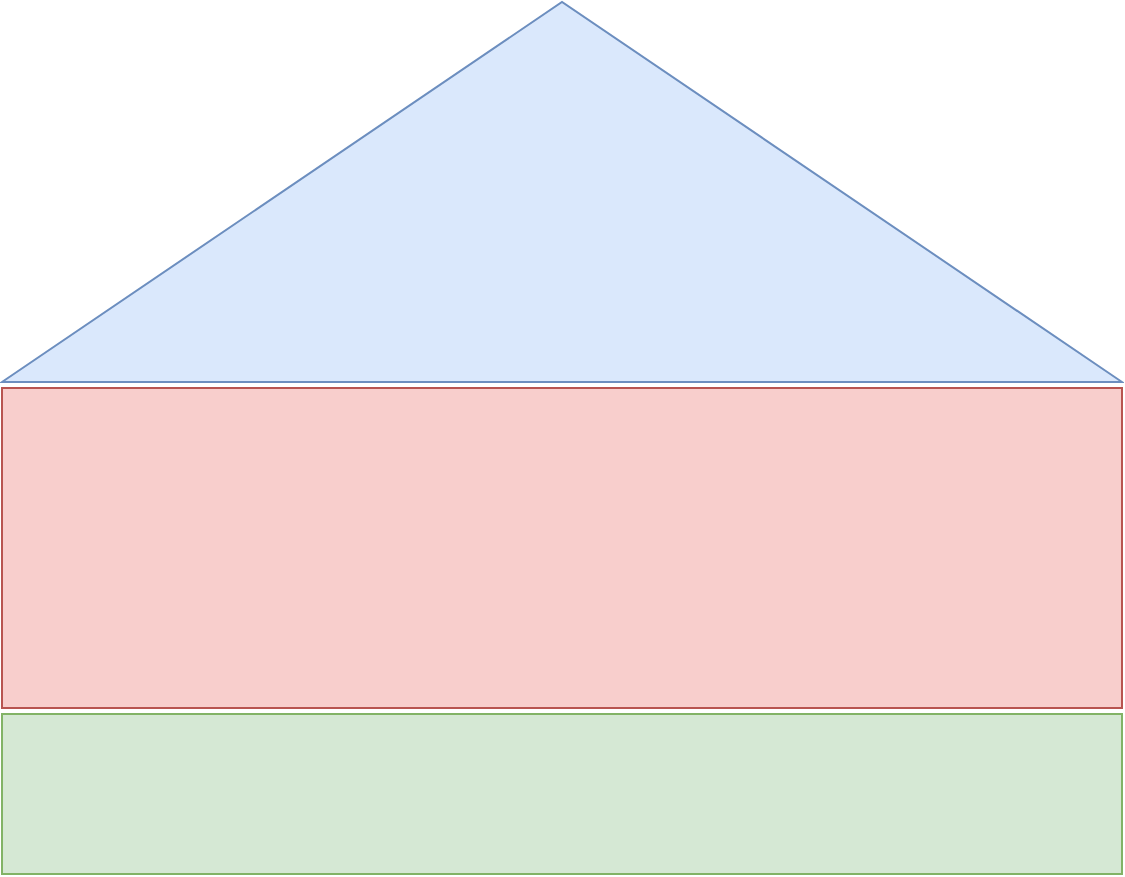
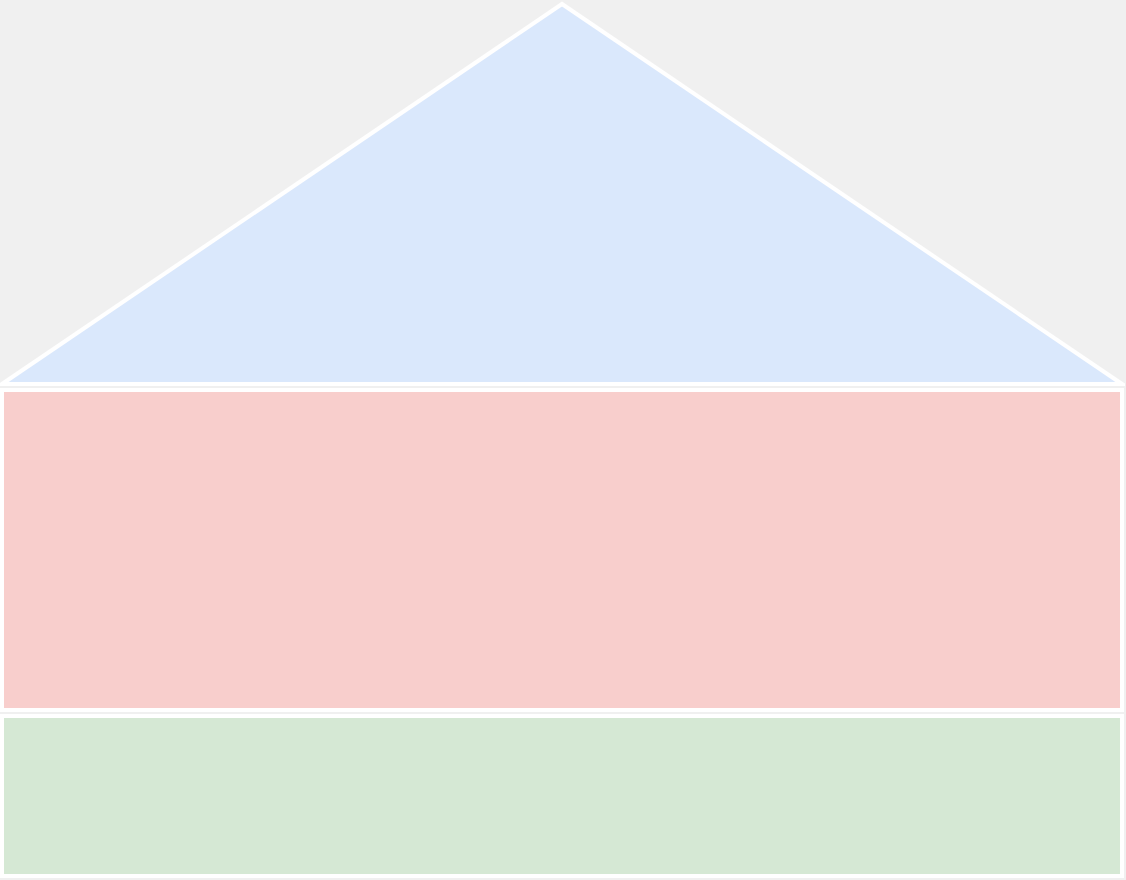
<mxfile host="app.diagrams.net">
  <diagram name="Page-1" id="SOK6mcKUl_gRXVUdCPKL">
-     <mxGraphModel dx="1741" dy="1060" grid="1" gridSize="10" guides="1" tooltips="1" connect="1" arrows="1" fold="1" page="1" pageScale="1" pageWidth="1169" pageHeight="827" math="0" shadow="0">
+     <mxGraphModel dx="1741" dy="1060" grid="1" gridSize="10" guides="1" tooltips="1" connect="1" arrows="1" fold="1" page="1" pageScale="1" pageWidth="1169" pageHeight="827" background="#F0F0F0" math="0" shadow="0">
      <root>
        <mxCell id="0" />
        <mxCell id="1" parent="0" />
-         <mxCell id="Ld_krK5IUTc0g-FgCUqp-1" parent="1" style="rounded=0;whiteSpace=wrap;html=1;fillColor=#f8cecc;strokeColor=#b85450;" value="" vertex="1">
+         <mxCell id="Ld_krK5IUTc0g-FgCUqp-1" parent="1" style="rounded=0;whiteSpace=wrap;html=1;fillColor=#f8cecc;strokeColor=light-dark(#ffffff, #d7817e);strokeWidth=2;" value="" vertex="1">
          <mxGeometry height="160" width="560" x="160" y="320" as="geometry" />
        </mxCell>
-         <mxCell id="Ld_krK5IUTc0g-FgCUqp-2" parent="1" style="rounded=0;whiteSpace=wrap;html=1;fillColor=#d5e8d4;strokeColor=#82b366;" value="" vertex="1">
+         <mxCell id="Ld_krK5IUTc0g-FgCUqp-2" parent="1" style="rounded=0;whiteSpace=wrap;html=1;fillColor=#d5e8d4;strokeColor=light-dark(#ffffff, #446e2c);strokeWidth=2;" value="" vertex="1">
          <mxGeometry height="80" width="560" x="160" y="483" as="geometry" />
        </mxCell>
-         <mxCell id="Ld_krK5IUTc0g-FgCUqp-3" parent="1" style="triangle;whiteSpace=wrap;html=1;rotation=-90;fillColor=#dae8fc;strokeColor=#6c8ebf;" value="" vertex="1">
+         <mxCell id="Ld_krK5IUTc0g-FgCUqp-3" parent="1" style="triangle;whiteSpace=wrap;html=1;rotation=-90;fillColor=#dae8fc;strokeColor=light-dark(#ffffff, #5c79a3);rounded=0;strokeWidth=2;" value="" vertex="1">
          <mxGeometry height="560" width="190" x="345" y="-58" as="geometry" />
        </mxCell>
      </root>
    </mxGraphModel>
  </diagram>
</mxfile>
